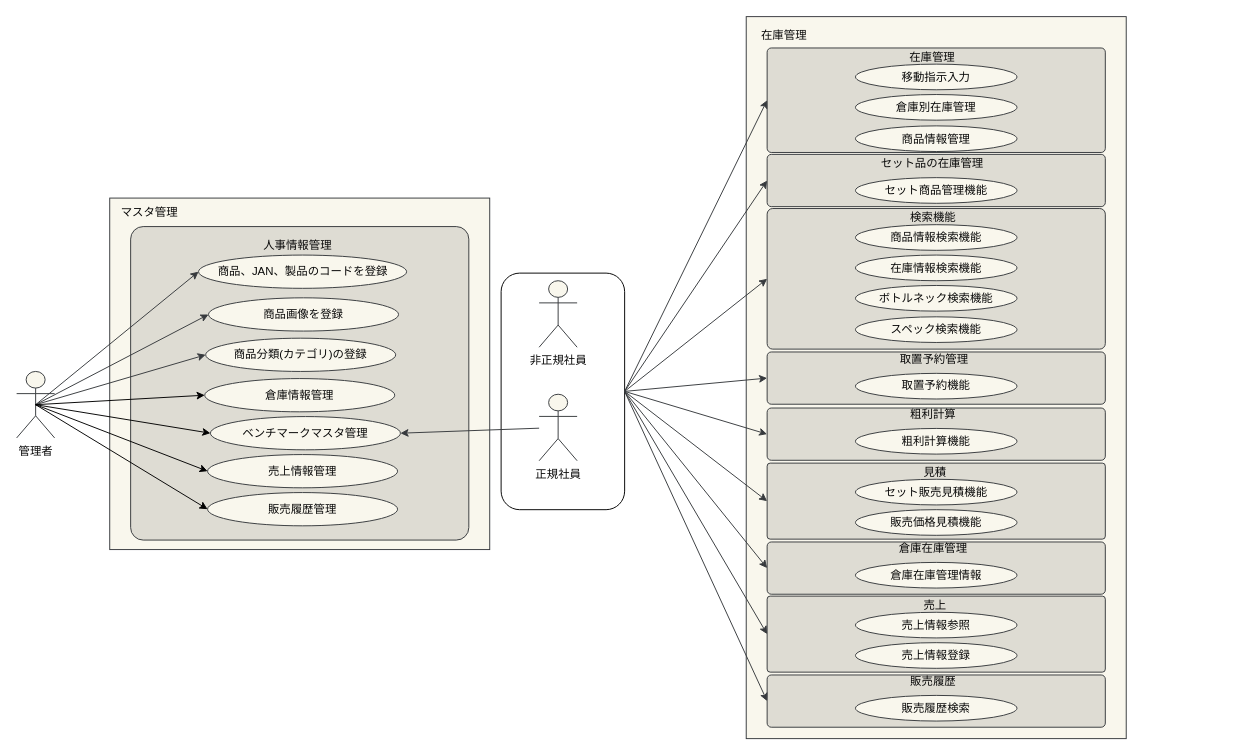
HaruShim/Sotuken keeps this draw.io diagram as page "在庫管理_ユースケース図" (2 of 2) of ユースケース図.drawio. Above is the earlier version. Source tidied: cells renumbered, new cells numbered last; positions are measured from the earlier drawing's top-left corner, leaving out a move shared by most shapes. Both pictures are drawn from the tidied source at 95%, with x=0, y=0 at pixel (16, 16).
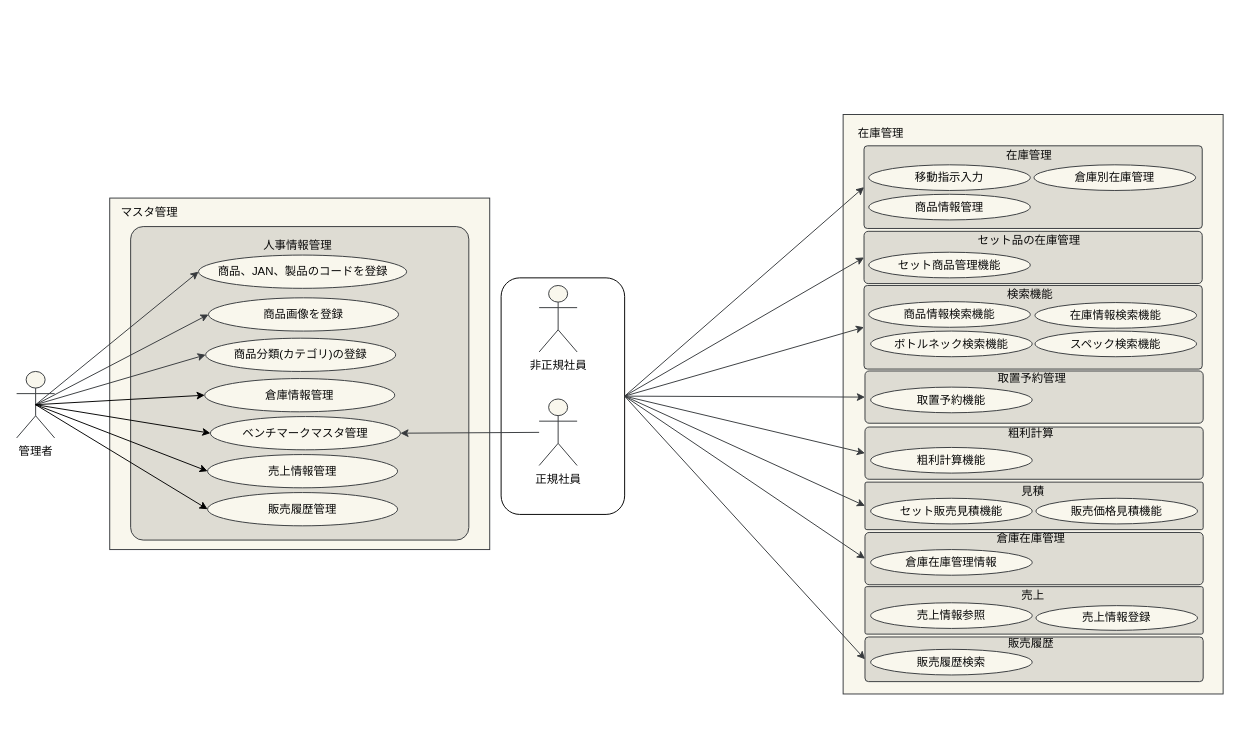
The same page after the edit.

Commit message:
Update ユースケース図 hasegawa 10-21

Diff of the diagram source:
```diff
@@
+    <mxCell id="70" parent="0" />
+    <mxCell id="71" style="rounded=0;whiteSpace=wrap;html=1;strokeColor=#36393d;fillColor=#f9f7ed;fontColor=#080808;" parent="70" vertex="1">
+      <mxGeometry x="870" y="103" width="400" height="610" as="geometry" />
+    </mxCell>
+    <mxCell id="72" style="rounded=1;whiteSpace=wrap;html=1;arcSize=4;strokeColor=#36393d;fillColor=#DEDCD3;fontColor=#080808;" parent="70" vertex="1">
+      <mxGeometry x="892" y="136" width="356" height="87" as="geometry" />
+    </mxCell>
+    <mxCell id="73" style="rounded=1;whiteSpace=wrap;html=1;arcSize=8;strokeColor=#36393d;fillColor=#DEDCD3;fontColor=#080808;" parent="70" vertex="1">
+      <mxGeometry x="892" y="226" width="356" height="55" as="geometry" />
+    </mxCell>
+    <mxCell id="74" style="rounded=1;whiteSpace=wrap;html=1;arcSize=4;strokeColor=#36393d;fillColor=#DEDCD3;fontColor=#080808;" parent="70" vertex="1">
+      <mxGeometry x="892" y="283" width="356" height="88" as="geometry" />
+    </mxCell>
+    <mxCell id="30" value="検索機能" style="text;html=1;strokeColor=none;fillColor=none;align=center;verticalAlign=middle;whiteSpace=wrap;rounded=0;fontColor=#080808;" parent="70" vertex="1">
+      <mxGeometry x="887" y="283" width="360" height="20" as="geometry" />
+    </mxCell>
+    <mxCell id="75" style="rounded=1;whiteSpace=wrap;html=1;arcSize=8;strokeColor=#36393d;fillColor=#DEDCD3;fontColor=#080808;" parent="70" vertex="1">
+      <mxGeometry x="893" y="373" width="356" height="55" as="geometry" />
+    </mxCell>
+    <mxCell id="76" style="rounded=1;whiteSpace=wrap;html=1;arcSize=8;strokeColor=#36393d;fillColor=#DEDCD3;fontColor=#080808;" parent="70" vertex="1">
+      <mxGeometry x="893" y="432" width="356" height="55" as="geometry" />
+    </mxCell>
+    <mxCell id="77" style="rounded=1;whiteSpace=wrap;html=1;arcSize=4;strokeColor=#36393d;fillColor=#DEDCD3;fontColor=#080808;" parent="70" vertex="1">
+      <mxGeometry x="893" y="490" width="356" height="50" as="geometry" />
+    </mxCell>
+    <mxCell id="78" style="rounded=1;whiteSpace=wrap;html=1;arcSize=8;strokeColor=#36393d;fillColor=#DEDCD3;fontColor=#080808;" parent="70" vertex="1">
+      <mxGeometry x="893" y="543" width="356" height="55" as="geometry" />
+    </mxCell>
+    <mxCell id="79" style="rounded=1;whiteSpace=wrap;html=1;arcSize=4;strokeColor=#36393d;fillColor=#DEDCD3;fontColor=#080808;" parent="70" vertex="1">
+      <mxGeometry x="893" y="600" width="356" height="50" as="geometry" />
+    </mxCell>
+    <mxCell id="80" style="rounded=1;whiteSpace=wrap;html=1;arcSize=8;strokeColor=#36393d;fillColor=#DEDCD3;fontColor=#080808;" parent="70" vertex="1">
+      <mxGeometry x="893" y="653" width="356" height="47" as="geometry" />
+    </mxCell>
@@
     <mxCell id="2" style="rounded=1;whiteSpace=wrap;html=1;" parent="1" vertex="1">
-      <mxGeometry x="510" y="270" width="130" height="249" as="geometry" />
+      <mxGeometry x="510" y="275" width="130" height="249" as="geometry" />
     </mxCell>
@@
-    <mxCell id="4" style="rounded=0;whiteSpace=wrap;html=1;strokeColor=#36393d;fillColor=#f9f7ed;fontColor=#080808;" parent="1" vertex="1">
-      <mxGeometry x="768" width="400" height="760" as="geometry" />
-    </mxCell>
-    <mxCell id="5" style="rounded=1;whiteSpace=wrap;html=1;arcSize=4;strokeColor=#36393d;fillColor=#DEDCD3;fontColor=#080808;" parent="1" vertex="1">
-      <mxGeometry x="790" y="33" width="356" height="110" as="geometry" />
-    </mxCell>
@@
     <mxCell id="7" value="移動指示入力" style="ellipse;whiteSpace=wrap;html=1;strokeColor=#36393d;fillColor=#f9f7ed;fontColor=#080808;" parent="1" vertex="1">
-      <mxGeometry x="883" y="50" width="170" height="27" as="geometry" />
+      <mxGeometry x="897" y="156" width="170" height="27" as="geometry" />
     </mxCell>
@@
     <mxCell id="9" value="在庫管理" style="text;html=1;strokeColor=none;fillColor=none;align=center;verticalAlign=middle;whiteSpace=wrap;rounded=0;fontColor=#080808;" parent="1" vertex="1">
-      <mxGeometry x="768" y="10" width="80" height="20" as="geometry" />
+      <mxGeometry x="870" y="113" width="80" height="20" as="geometry" />
     </mxCell>
@@
     <mxCell id="11" value="在庫管理" style="text;html=1;strokeColor=none;fillColor=none;align=center;verticalAlign=middle;whiteSpace=wrap;rounded=0;fontColor=#080808;" parent="1" vertex="1">
-      <mxGeometry x="784" y="33" width="360" height="20" as="geometry" />
+      <mxGeometry x="886" y="136" width="360" height="20" as="geometry" />
     </mxCell>
@@
-    <mxCell id="18" style="rounded=1;whiteSpace=wrap;html=1;arcSize=8;strokeColor=#36393d;fillColor=#DEDCD3;fontColor=#080808;" parent="1" vertex="1">
-      <mxGeometry x="790" y="145" width="356" height="55" as="geometry" />
-    </mxCell>
     <mxCell id="19" value="セット品の在庫管理" style="text;html=1;strokeColor=none;fillColor=none;align=center;verticalAlign=middle;whiteSpace=wrap;rounded=0;fontColor=#080808;" parent="1" vertex="1">
-      <mxGeometry x="784" y="145" width="360" height="20" as="geometry" />
+      <mxGeometry x="886" y="226" width="360" height="20" as="geometry" />
     </mxCell>
@@
     <mxCell id="26" value="倉庫別在庫管理" style="ellipse;whiteSpace=wrap;html=1;strokeColor=#36393d;fillColor=#f9f7ed;fontColor=#080808;" parent="1" vertex="1">
-      <mxGeometry x="883" y="82" width="170" height="27" as="geometry" />
+      <mxGeometry x="1071" y="156" width="170" height="27" as="geometry" />
     </mxCell>
     <mxCell id="27" value="商品情報管理" style="ellipse;whiteSpace=wrap;html=1;strokeColor=#36393d;fillColor=#f9f7ed;fontColor=#080808;" parent="1" vertex="1">
-      <mxGeometry x="883" y="115" width="170" height="27" as="geometry" />
+      <mxGeometry x="897" y="187" width="170" height="27" as="geometry" />
     </mxCell>
     <mxCell id="28" value="セット商品管理機能" style="ellipse;whiteSpace=wrap;html=1;strokeColor=#36393d;fillColor=#f9f7ed;fontColor=#080808;" parent="1" vertex="1">
-      <mxGeometry x="883" y="169.5" width="170" height="27" as="geometry" />
+      <mxGeometry x="897" y="248" width="170" height="27" as="geometry" />
     </mxCell>
-    <mxCell id="29" style="rounded=1;whiteSpace=wrap;html=1;arcSize=4;strokeColor=#36393d;fillColor=#DEDCD3;fontColor=#080808;" parent="1" vertex="1">
-      <mxGeometry x="790" y="202" width="356" height="148" as="geometry" />
-    </mxCell>
-    <mxCell id="30" value="検索機能" style="text;html=1;strokeColor=none;fillColor=none;align=center;verticalAlign=middle;whiteSpace=wrap;rounded=0;fontColor=#080808;" parent="1" vertex="1">
-      <mxGeometry x="785" y="202" width="360" height="20" as="geometry" />
-    </mxCell>
     <mxCell id="31" value="商品情報検索機能" style="ellipse;whiteSpace=wrap;html=1;strokeColor=#36393d;fillColor=#f9f7ed;fontColor=#080808;" parent="1" vertex="1">
-      <mxGeometry x="883" y="219" width="170" height="27" as="geometry" />
+      <mxGeometry x="897" y="300" width="170" height="27" as="geometry" />
     </mxCell>
     <mxCell id="32" value="在庫情報検索機能" style="ellipse;whiteSpace=wrap;html=1;strokeColor=#36393d;fillColor=#f9f7ed;fontColor=#080808;" parent="1" vertex="1">
-      <mxGeometry x="883" y="251" width="170" height="27" as="geometry" />
+      <mxGeometry x="1072" y="301" width="170" height="27" as="geometry" />
     </mxCell>
     <mxCell id="33" value="ボトルネック検索機能" style="ellipse;whiteSpace=wrap;html=1;strokeColor=#36393d;fillColor=#f9f7ed;fontColor=#080808;" parent="1" vertex="1">
-      <mxGeometry x="883" y="283" width="170" height="27" as="geometry" />
+      <mxGeometry x="899" y="331" width="170" height="27" as="geometry" />
     </mxCell>
     <mxCell id="34" value="スペック検索機能" style="ellipse;whiteSpace=wrap;html=1;strokeColor=#36393d;fillColor=#f9f7ed;fontColor=#080808;" parent="1" vertex="1">
-      <mxGeometry x="883" y="316" width="170" height="27" as="geometry" />
+      <mxGeometry x="1072" y="331" width="170" height="27" as="geometry" />
     </mxCell>
-    <mxCell id="35" style="rounded=1;whiteSpace=wrap;html=1;arcSize=8;strokeColor=#36393d;fillColor=#DEDCD3;fontColor=#080808;" parent="1" vertex="1">
-      <mxGeometry x="790" y="353" width="356" height="55" as="geometry" />
-    </mxCell>
     <mxCell id="36" value="取置予約管理" style="text;html=1;strokeColor=none;fillColor=none;align=center;verticalAlign=middle;whiteSpace=wrap;rounded=0;fontColor=#080808;" parent="1" vertex="1">
-      <mxGeometry x="786" y="351" width="360" height="20" as="geometry" />
+      <mxGeometry x="889" y="371" width="360" height="20" as="geometry" />
     </mxCell>
     <mxCell id="37" value="取置予約機能" style="ellipse;whiteSpace=wrap;html=1;strokeColor=#36393d;fillColor=#f9f7ed;fontColor=#080808;" parent="1" vertex="1">
-      <mxGeometry x="883" y="375.5" width="170" height="27" as="geometry" />
+      <mxGeometry x="899" y="390" width="170" height="27" as="geometry" />
     </mxCell>
-    <mxCell id="38" style="rounded=1;whiteSpace=wrap;html=1;arcSize=8;strokeColor=#36393d;fillColor=#DEDCD3;fontColor=#080808;" parent="1" vertex="1">
-      <mxGeometry x="790" y="412" width="356" height="55" as="geometry" />
-    </mxCell>
     <mxCell id="39" value="粗利計算" style="text;html=1;strokeColor=none;fillColor=none;align=center;verticalAlign=middle;whiteSpace=wrap;rounded=0;fontColor=#080808;" parent="1" vertex="1">
-      <mxGeometry x="785" y="409" width="360" height="20" as="geometry" />
+      <mxGeometry x="888" y="429" width="360" height="20" as="geometry" />
     </mxCell>
     <mxCell id="40" value="粗利計算機能" style="ellipse;whiteSpace=wrap;html=1;strokeColor=#36393d;fillColor=#f9f7ed;fontColor=#080808;" parent="1" vertex="1">
-      <mxGeometry x="883" y="433.5" width="170" height="27" as="geometry" />
+      <mxGeometry x="899" y="453.5" width="170" height="27" as="geometry" />
     </mxCell>
-    <mxCell id="41" style="rounded=1;whiteSpace=wrap;html=1;arcSize=4;strokeColor=#36393d;fillColor=#DEDCD3;fontColor=#080808;" parent="1" vertex="1">
-      <mxGeometry x="790" y="470" width="356" height="80" as="geometry" />
-    </mxCell>
     <mxCell id="42" value="セット販売見積機能" style="ellipse;whiteSpace=wrap;html=1;strokeColor=#36393d;fillColor=#f9f7ed;fontColor=#080808;" parent="1" vertex="1">
-      <mxGeometry x="883" y="487" width="170" height="27" as="geometry" />
+      <mxGeometry x="899" y="507" width="170" height="27" as="geometry" />
     </mxCell>
     <mxCell id="43" value="見積" style="text;html=1;strokeColor=none;fillColor=none;align=center;verticalAlign=middle;whiteSpace=wrap;rounded=0;fontColor=#080808;" parent="1" vertex="1">
-      <mxGeometry x="787" y="470" width="360" height="20" as="geometry" />
+      <mxGeometry x="890" y="490" width="360" height="20" as="geometry" />
     </mxCell>
     <mxCell id="44" value="販売価格見積機能" style="ellipse;whiteSpace=wrap;html=1;strokeColor=#36393d;fillColor=#f9f7ed;fontColor=#080808;" parent="1" vertex="1">
-      <mxGeometry x="883" y="519" width="170" height="27" as="geometry" />
+      <mxGeometry x="1073" y="507" width="170" height="27" as="geometry" />
     </mxCell>
-    <mxCell id="45" style="rounded=1;whiteSpace=wrap;html=1;arcSize=8;strokeColor=#36393d;fillColor=#DEDCD3;fontColor=#080808;" parent="1" vertex="1">
-      <mxGeometry x="790" y="553" width="356" height="55" as="geometry" />
-    </mxCell>
     <mxCell id="46" value="&lt;span&gt;倉庫在庫管理&lt;/span&gt;" style="text;html=1;strokeColor=none;fillColor=none;align=center;verticalAlign=middle;whiteSpace=wrap;rounded=0;fontColor=#080808;" parent="1" vertex="1">
-      <mxGeometry x="785" y="550" width="360" height="20" as="geometry" />
+      <mxGeometry x="888" y="540" width="360" height="20" as="geometry" />
     </mxCell>
     <mxCell id="47" value="倉庫在庫管理情報" style="ellipse;whiteSpace=wrap;html=1;strokeColor=#36393d;fillColor=#f9f7ed;fontColor=#080808;" parent="1" vertex="1">
-      <mxGeometry x="883" y="574.5" width="170" height="27" as="geometry" />
+      <mxGeometry x="899" y="561" width="170" height="27" as="geometry" />
     </mxCell>
-    <mxCell id="48" style="rounded=1;whiteSpace=wrap;html=1;arcSize=4;strokeColor=#36393d;fillColor=#DEDCD3;fontColor=#080808;" parent="1" vertex="1">
-      <mxGeometry x="790" y="610" width="356" height="80" as="geometry" />
-    </mxCell>
     <mxCell id="49" value="売上情報参照" style="ellipse;whiteSpace=wrap;html=1;strokeColor=#36393d;fillColor=#f9f7ed;fontColor=#080808;" parent="1" vertex="1">
-      <mxGeometry x="883" y="627" width="170" height="27" as="geometry" />
+      <mxGeometry x="899" y="617" width="170" height="27" as="geometry" />
     </mxCell>
     <mxCell id="50" value="売上" style="text;html=1;strokeColor=none;fillColor=none;align=center;verticalAlign=middle;whiteSpace=wrap;rounded=0;fontColor=#080808;" parent="1" vertex="1">
-      <mxGeometry x="787" y="610" width="360" height="20" as="geometry" />
+      <mxGeometry x="890" y="600" width="360" height="20" as="geometry" />
     </mxCell>
     <mxCell id="51" value="売上情報登録" style="ellipse;whiteSpace=wrap;html=1;strokeColor=#36393d;fillColor=#f9f7ed;fontColor=#080808;" parent="1" vertex="1">
-      <mxGeometry x="883" y="659" width="170" height="27" as="geometry" />
+      <mxGeometry x="1073" y="620" width="170" height="26" as="geometry" />
     </mxCell>
-    <mxCell id="52" style="rounded=1;whiteSpace=wrap;html=1;arcSize=8;strokeColor=#36393d;fillColor=#DEDCD3;fontColor=#080808;" parent="1" vertex="1">
-      <mxGeometry x="790" y="693" width="356" height="55" as="geometry" />
-    </mxCell>
     <mxCell id="53" value="販売履歴" style="text;html=1;strokeColor=none;fillColor=none;align=center;verticalAlign=middle;whiteSpace=wrap;rounded=0;fontColor=#080808;" parent="1" vertex="1">
-      <mxGeometry x="785" y="690" width="360" height="20" as="geometry" />
+      <mxGeometry x="888" y="650" width="360" height="20" as="geometry" />
     </mxCell>
     <mxCell id="54" value="販売履歴検索" style="ellipse;whiteSpace=wrap;html=1;strokeColor=#36393d;fillColor=#f9f7ed;fontColor=#080808;" parent="1" vertex="1">
-      <mxGeometry x="883" y="714.5" width="170" height="27" as="geometry" />
+      <mxGeometry x="899" y="666" width="170" height="27" as="geometry" />
     </mxCell>
@@
-    <mxCell id="59" style="endArrow=classic;html=1;rounded=0;exitX=1;exitY=0.5;exitDx=0;exitDy=0;entryX=0;entryY=0.5;entryDx=0;entryDy=0;strokeColor=#36393d;fillColor=#f9f7ed;fontColor=#080808;startArrow=none;" parent="1" edge="1" source="2" target="18">
+    <mxCell id="59" style="endArrow=classic;html=1;rounded=0;exitX=1;exitY=0.5;exitDx=0;exitDy=0;entryX=0;entryY=0.5;entryDx=0;entryDy=0;strokeColor=#36393d;fillColor=#f9f7ed;fontColor=#080808;startArrow=none;" parent="1" edge="1" source="2" target="73">
       <mxGeometry relative="1" as="geometry" />
     </mxCell>
-    <mxCell id="60" style="endArrow=classic;html=1;rounded=0;exitX=1;exitY=0.5;exitDx=0;exitDy=0;entryX=0;entryY=0.5;entryDx=0;entryDy=0;strokeColor=#36393d;fillColor=#f9f7ed;fontColor=#080808;" parent="1" edge="1" source="2" target="5">
+    <mxCell id="60" style="endArrow=classic;html=1;rounded=0;exitX=1;exitY=0.5;exitDx=0;exitDy=0;strokeColor=#36393d;fillColor=#f9f7ed;fontColor=#080808;entryX=0;entryY=0.5;entryDx=0;entryDy=0;" parent="1" edge="1" source="2" target="72">
       <mxGeometry relative="1" as="geometry" />
     </mxCell>
     <mxCell id="61" value="正規社員" style="shape=umlActor;verticalLabelPosition=bottom;verticalAlign=top;html=1;outlineConnect=0;strokeColor=#36393d;fillColor=#f9f7ed;fontColor=#080808;" parent="1" vertex="1">
-      <mxGeometry x="550" y="397.5" width="40" height="70" as="geometry" />
+      <mxGeometry x="550" y="402.5" width="40" height="70" as="geometry" />
     </mxCell>
     <mxCell id="62" value="非正規社員" style="shape=umlActor;verticalLabelPosition=bottom;verticalAlign=top;html=1;strokeColor=#36393d;fillColor=#f9f7ed;fontColor=#080808;" parent="1" vertex="1">
-      <mxGeometry x="550" y="278" width="40" height="70" as="geometry" />
+      <mxGeometry x="550" y="283" width="40" height="70" as="geometry" />
     </mxCell>
-    <mxCell id="63" style="endArrow=classic;html=1;rounded=0;exitX=1;exitY=0.5;exitDx=0;exitDy=0;entryX=0;entryY=0.5;entryDx=0;entryDy=0;strokeColor=#36393d;fillColor=#f9f7ed;fontColor=#080808;startArrow=none;" parent="1" edge="1" source="2" target="29">
+    <mxCell id="63" style="endArrow=classic;html=1;rounded=0;exitX=1;exitY=0.5;exitDx=0;exitDy=0;entryX=0;entryY=0.5;entryDx=0;entryDy=0;strokeColor=#36393d;fillColor=#f9f7ed;fontColor=#080808;startArrow=none;" parent="1" edge="1" source="2" target="74">
       <mxGeometry relative="1" as="geometry" />
     </mxCell>
-    <mxCell id="64" style="endArrow=classic;html=1;rounded=0;exitX=1;exitY=0.5;exitDx=0;exitDy=0;entryX=0;entryY=0.5;entryDx=0;entryDy=0;strokeColor=#36393d;fillColor=#f9f7ed;fontColor=#080808;startArrow=none;" parent="1" edge="1" source="2" target="35">
+    <mxCell id="64" style="endArrow=classic;html=1;rounded=0;exitX=1;exitY=0.5;exitDx=0;exitDy=0;entryX=0;entryY=0.5;entryDx=0;entryDy=0;strokeColor=#36393d;fillColor=#f9f7ed;fontColor=#080808;startArrow=none;" parent="1" edge="1" source="2" target="75">
       <mxGeometry relative="1" as="geometry" />
     </mxCell>
-    <mxCell id="65" style="endArrow=classic;html=1;rounded=0;exitX=1;exitY=0.5;exitDx=0;exitDy=0;entryX=0;entryY=0.5;entryDx=0;entryDy=0;strokeColor=#36393d;fillColor=#f9f7ed;fontColor=#080808;startArrow=none;" parent="1" edge="1" source="2" target="38">
+    <mxCell id="65" style="endArrow=classic;html=1;rounded=0;exitX=1;exitY=0.5;exitDx=0;exitDy=0;entryX=0;entryY=0.5;entryDx=0;entryDy=0;strokeColor=#36393d;fillColor=#f9f7ed;fontColor=#080808;startArrow=none;" parent="1" edge="1" source="2" target="76">
       <mxGeometry relative="1" as="geometry" />
     </mxCell>
-    <mxCell id="66" style="endArrow=classic;html=1;rounded=0;exitX=1;exitY=0.5;exitDx=0;exitDy=0;entryX=0;entryY=0.5;entryDx=0;entryDy=0;strokeColor=#36393d;fillColor=#f9f7ed;fontColor=#080808;startArrow=none;" parent="1" edge="1" source="2" target="41">
+    <mxCell id="66" style="endArrow=classic;html=1;rounded=0;exitX=1;exitY=0.5;exitDx=0;exitDy=0;entryX=0;entryY=0.5;entryDx=0;entryDy=0;strokeColor=#36393d;fillColor=#f9f7ed;fontColor=#080808;startArrow=none;" parent="1" edge="1" source="2" target="77">
       <mxGeometry relative="1" as="geometry" />
     </mxCell>
-    <mxCell id="67" style="endArrow=classic;html=1;rounded=0;exitX=1;exitY=0.5;exitDx=0;exitDy=0;entryX=0;entryY=0.5;entryDx=0;entryDy=0;strokeColor=#36393d;fillColor=#f9f7ed;fontColor=#080808;startArrow=none;" parent="1" edge="1" source="2" target="45">
+    <mxCell id="67" style="endArrow=classic;html=1;rounded=0;exitX=1;exitY=0.5;exitDx=0;exitDy=0;entryX=0;entryY=0.5;entryDx=0;entryDy=0;strokeColor=#36393d;fillColor=#f9f7ed;fontColor=#080808;startArrow=none;" parent="1" edge="1" source="2" target="78">
       <mxGeometry relative="1" as="geometry" />
     </mxCell>
-    <mxCell id="68" style="endArrow=classic;html=1;rounded=0;entryX=0;entryY=0.5;entryDx=0;entryDy=0;strokeColor=#36393d;fillColor=#f9f7ed;fontColor=#080808;startArrow=none;exitX=1;exitY=0.5;exitDx=0;exitDy=0;" parent="1" edge="1" source="2" target="48">
-      <mxGeometry relative="1" as="geometry" />
-    </mxCell>
-    <mxCell id="69" style="endArrow=classic;html=1;rounded=0;entryX=0;entryY=0.5;entryDx=0;entryDy=0;strokeColor=#36393d;fillColor=#f9f7ed;fontColor=#080808;startArrow=none;exitX=1;exitY=0.5;exitDx=0;exitDy=0;" parent="1" edge="1" source="2" target="52">
+    <mxCell id="69" style="endArrow=classic;html=1;rounded=0;entryX=0;entryY=0.5;entryDx=0;entryDy=0;strokeColor=#36393d;fillColor=#f9f7ed;fontColor=#080808;startArrow=none;exitX=1;exitY=0.5;exitDx=0;exitDy=0;" parent="1" edge="1" source="2" target="80">
       <mxGeometry relative="1" as="geometry" />
     </mxCell>
```
